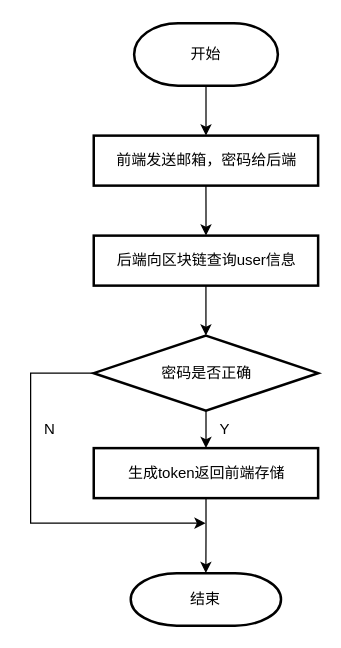
Earlier version of the draw.io diagram 毕业论文/图片/登录模块-登录流程图 .drawio (YanQiaoQi/graduation-project). Source tidied: cells renumbered, new cells numbered last; positions are measured from the earlier drawing's top-left corner, leaving out a move shared by most shapes. Both pictures are drawn from the tidied source at 125%, with x=0, y=0 at pixel (30, 22).
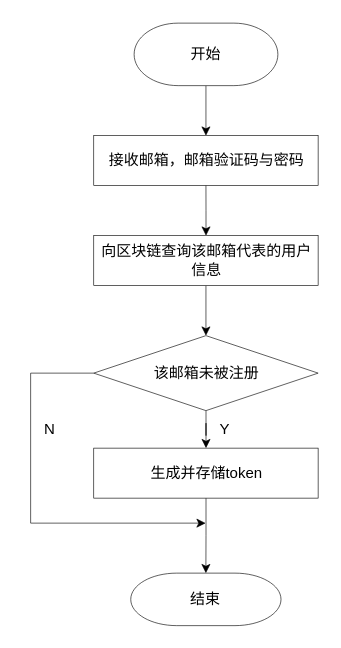
The same diagram, later.

Change to the diagram source:
```diff
@@
 <mxGraphModel>
   <root>
     <mxCell id="0" />
     <mxCell id="1" parent="0" />
-    <mxCell id="2" style="edgeStyle=orthogonalEdgeStyle;rounded=0;jettySize=auto;html=1;" parent="1" edge="1" source="3" target="4">
-      <mxGeometry relative="1" as="geometry" />
-    </mxCell>
+    <mxCell id="16" style="edgeStyle=orthogonalEdgeStyle;rounded=0;jettySize=auto;html=1;entryX=0.5;entryY=0;entryDx=0;entryDy=0;strokeWidth=0.5;fontFamily=宋体;" parent="1" edge="1" source="3" target="17">
+      <mxGeometry relative="1" as="geometry" />
+    </mxCell>
-    <mxCell id="3" value="开始" style="strokeWidth=2;html=1;shape=mxgraph.flowchart.terminator;whiteSpace=wrap;" parent="1" vertex="1">
+    <mxCell id="3" value="开始" style="strokeWidth=0.5;html=1;shape=mxgraph.flowchart.terminator;whiteSpace=wrap;fontFamily=宋体;" parent="1" vertex="1">
       <mxGeometry x="82.8" width="115" height="50" as="geometry" />
     </mxCell>
-    <mxCell id="4" value="前端发送邮箱，密码给后端" style="whiteSpace=wrap;html=1;strokeWidth=2;" parent="1" vertex="1">
-      <mxGeometry x="50.5" y="90" width="179.5" height="40" as="geometry" />
-    </mxCell>
-    <mxCell id="5" style="edgeStyle=orthogonalEdgeStyle;rounded=0;jettySize=auto;html=1;exitX=0.5;exitY=1;exitDx=0;exitDy=0;" parent="1" edge="1" source="4" target="7">
-      <mxGeometry relative="1" as="geometry" />
-    </mxCell>
-    <mxCell id="6" style="edgeStyle=orthogonalEdgeStyle;rounded=0;jettySize=auto;html=1;" parent="1" edge="1" source="7" target="10">
-      <mxGeometry relative="1" as="geometry" />
-    </mxCell>
-    <mxCell id="7" value="后端向区块链查询user信息" style="whiteSpace=wrap;html=1;strokeWidth=2;" parent="1" vertex="1">
-      <mxGeometry x="50.5" y="170" width="179.5" height="40" as="geometry" />
-    </mxCell>
-    <mxCell id="8" style="edgeStyle=orthogonalEdgeStyle;rounded=0;jettySize=auto;html=1;" parent="1" edge="1" source="10" target="12">
-      <mxGeometry relative="1" as="geometry" />
-    </mxCell>
-    <mxCell id="9" style="edgeStyle=orthogonalEdgeStyle;rounded=0;jettySize=auto;html=1;" parent="1" edge="1" source="10">
-      <mxGeometry relative="1" as="geometry">
-        <mxPoint x="140" y="400" as="targetPoint" />
-        <Array as="points">
-          <mxPoint y="280" />
-          <mxPoint y="400" />
-        </Array>
-      </mxGeometry>
-    </mxCell>
-    <mxCell id="10" value="密码是否正确" style="rhombus;whiteSpace=wrap;html=1;strokeWidth=2;" parent="1" vertex="1">
-      <mxGeometry x="50.5" y="250" width="179.5" height="60" as="geometry" />
-    </mxCell>
-    <mxCell id="11" style="edgeStyle=orthogonalEdgeStyle;rounded=0;jettySize=auto;html=1;entryX=0.5;entryY=0;entryDx=0;entryDy=0;entryPerimeter=0;" parent="1" edge="1" source="12" target="13">
-      <mxGeometry relative="1" as="geometry" />
-    </mxCell>
-    <mxCell id="12" value="生成token返回前端存储" style="whiteSpace=wrap;html=1;strokeWidth=2;" parent="1" vertex="1">
-      <mxGeometry x="50.5" y="340" width="179.5" height="40" as="geometry" />
-    </mxCell>
+    <mxCell id="17" value="接收邮箱，邮箱验证码与密码" style="whiteSpace=wrap;html=1;strokeWidth=0.5;fontFamily=宋体;" parent="1" vertex="1">
+      <mxGeometry x="50.5" y="90" width="179.5" height="40" as="geometry" />
+    </mxCell>
+    <mxCell id="18" style="edgeStyle=orthogonalEdgeStyle;rounded=0;jettySize=auto;html=1;exitX=0.5;exitY=1;exitDx=0;exitDy=0;strokeWidth=0.5;fontFamily=宋体;" parent="1" edge="1" source="17" target="20">
+      <mxGeometry relative="1" as="geometry" />
+    </mxCell>
+    <mxCell id="19" style="edgeStyle=orthogonalEdgeStyle;rounded=0;jettySize=auto;html=1;strokeWidth=0.5;fontFamily=宋体;" parent="1" edge="1" source="20" target="23">
+      <mxGeometry relative="1" as="geometry" />
+    </mxCell>
+    <mxCell id="20" value="向区块链查询该邮箱代表的用户信息" style="whiteSpace=wrap;html=1;strokeWidth=0.5;fontFamily=宋体;" parent="1" vertex="1">
+      <mxGeometry x="50.5" y="170" width="179.5" height="40" as="geometry" />
+    </mxCell>
+    <mxCell id="21" style="edgeStyle=orthogonalEdgeStyle;rounded=0;jettySize=auto;html=1;strokeWidth=0.5;fontFamily=宋体;" parent="1" edge="1" source="23" target="25">
+      <mxGeometry relative="1" as="geometry" />
+    </mxCell>
+    <mxCell id="22" style="edgeStyle=orthogonalEdgeStyle;rounded=0;jettySize=auto;html=1;strokeWidth=0.5;fontFamily=宋体;" parent="1" edge="1" source="23">
+      <mxGeometry relative="1" as="geometry">
+        <mxPoint x="140" y="400" as="targetPoint" />
+        <Array as="points">
+          <mxPoint y="280" />
+          <mxPoint y="400" />
+        </Array>
+      </mxGeometry>
+    </mxCell>
+    <mxCell id="23" value="该邮箱未被注册" style="rhombus;whiteSpace=wrap;html=1;strokeWidth=0.5;fontFamily=宋体;" parent="1" vertex="1">
+      <mxGeometry x="50.5" y="250" width="179.5" height="60" as="geometry" />
+    </mxCell>
+    <mxCell id="24" style="edgeStyle=orthogonalEdgeStyle;rounded=0;jettySize=auto;html=1;entryX=0.5;entryY=0;entryDx=0;entryDy=0;entryPerimeter=0;strokeWidth=0.5;fontFamily=宋体;" parent="1" edge="1" source="25" target="13">
+      <mxGeometry relative="1" as="geometry" />
+    </mxCell>
+    <mxCell id="25" value="生成并存储token" style="whiteSpace=wrap;html=1;strokeWidth=0.5;fontFamily=宋体;" parent="1" vertex="1">
+      <mxGeometry x="50.5" y="340" width="179.5" height="40" as="geometry" />
+    </mxCell>
-    <mxCell id="13" value="结束" style="strokeWidth=2;html=1;shape=mxgraph.flowchart.terminator;whiteSpace=wrap;" parent="1" vertex="1">
+    <mxCell id="13" value="结束" style="strokeWidth=0.5;html=1;shape=mxgraph.flowchart.terminator;whiteSpace=wrap;fontFamily=宋体;" parent="1" vertex="1">
       <mxGeometry x="80.1" y="440" width="120.2" height="42" as="geometry" />
     </mxCell>
-    <mxCell id="14" value="Y" style="text;html=1;align=center;verticalAlign=middle;strokeColor=none;fillColor=none;" parent="1" vertex="1">
+    <mxCell id="14" value="Y" style="text;html=1;align=center;verticalAlign=middle;strokeColor=none;fillColor=none;strokeWidth=0.5;fontFamily=宋体;" parent="1" vertex="1">
       <mxGeometry x="140" y="310" width="30" height="30" as="geometry" />
     </mxCell>
-    <mxCell id="15" value="N" style="text;html=1;align=center;verticalAlign=middle;strokeColor=none;fillColor=none;" parent="1" vertex="1">
+    <mxCell id="15" value="N" style="text;html=1;align=center;verticalAlign=middle;strokeColor=none;fillColor=none;strokeWidth=0.5;fontFamily=宋体;" parent="1" vertex="1">
       <mxGeometry y="310" width="30" height="30" as="geometry" />
     </mxCell>
   </root>
 </mxGraphModel>
```
